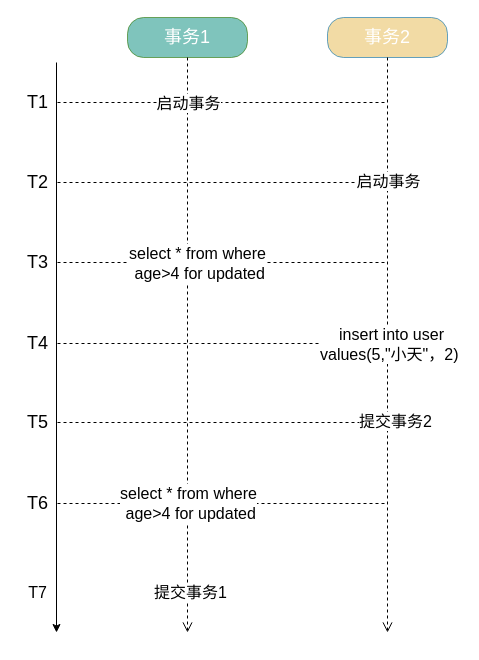
The draw.io diagram page "mysql-next-key-demo" (3 of 19) of mysql/mysql.drawio in boilingfrog/Go-POINT, before the edit. Source tidied: cells renumbered, new cells numbered last; positions are measured from the earlier drawing's top-left corner, leaving out a move shared by most shapes. Both pictures are drawn from the tidied source at 100%, with x=0, y=0 at pixel (17, 17).
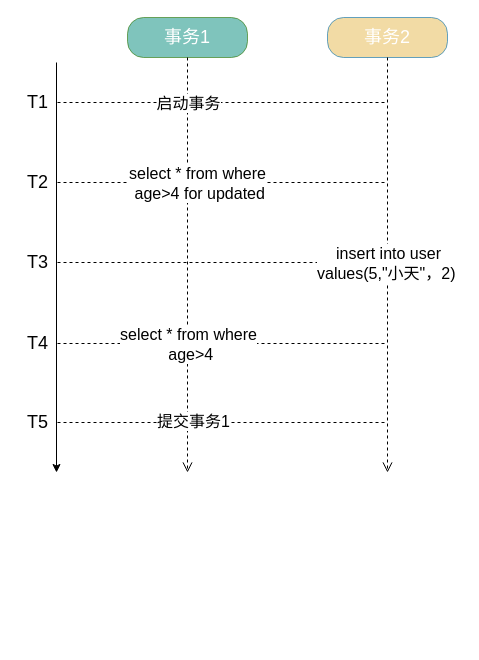
The same diagram, later.

Unchanged cells that the change refers to:
```xml
<mxCell id="7" value="事务1" style="rounded=1;whiteSpace=wrap;html=1;arcSize=40;fillStyle=auto;fontSize=18;fillColor=#2A9D8F;fontColor=#ffffff;strokeColor=#2D7600;opacity=60;" parent="1" vertex="1">
  <mxGeometry x="110" width="120" height="40" as="geometry" />
</mxCell>
<mxCell id="10" value="事务2" style="rounded=1;whiteSpace=wrap;html=1;arcSize=40;fillStyle=auto;fontSize=18;fillColor=#E9C46A;fontColor=#ffffff;strokeColor=#006EAF;opacity=60;" parent="1" vertex="1">
  <mxGeometry x="310" width="120" height="40" as="geometry" />
</mxCell>
<mxCell id="16" value="T3" style="text;html=1;align=center;verticalAlign=middle;points=[];strokeColor=none;fillColor=none;fontSize=18;rounded=1;" parent="1" vertex="1">
  <mxGeometry y="230" width="40" height="30" as="geometry" />
</mxCell>
<mxCell id="17" style="edgeStyle=none;html=1;dashed=1;fontSize=16;endArrow=none;endFill=0;" parent="1" edge="1" source="19">
  <mxGeometry relative="1" as="geometry">
    <mxPoint x="370" y="326" as="targetPoint" />
  </mxGeometry>
</mxCell>
<mxCell id="20" style="edgeStyle=none;html=1;dashed=1;fontSize=16;endArrow=none;endFill=0;" parent="1" edge="1" source="21">
  <mxGeometry relative="1" as="geometry">
    <mxPoint x="370" y="405" as="targetPoint" />
  </mxGeometry>
</mxCell>
```

Diff of the diagram source:
```diff
@@
-    <mxCell id="2" style="edgeStyle=none;html=1;dashed=1;fontSize=16;endArrow=none;endFill=0;" parent="1" edge="1" source="22">
-      <mxGeometry relative="1" as="geometry">
-        <mxPoint x="370" y="486" as="targetPoint" />
-      </mxGeometry>
-    </mxCell>
@@
     <mxCell id="4" style="endArrow=classic;html=1;fontSize=18;" parent="1" edge="1">
       <mxGeometry relative="1" as="geometry">
         <mxPoint x="39" y="45" as="sourcePoint" />
-        <mxPoint x="39" y="615" as="targetPoint" />
+        <mxPoint x="39" y="455" as="targetPoint" />
       </mxGeometry>
     </mxCell>
@@
     <mxCell id="8" style="edgeStyle=orthogonalEdgeStyle;html=1;verticalAlign=bottom;endArrow=open;endSize=8;fontSize=18;rounded=1;dashed=1;" parent="1" edge="1" source="7">
       <mxGeometry relative="1" as="geometry">
-        <mxPoint x="170" y="615" as="targetPoint" />
+        <mxPoint x="170" y="455" as="targetPoint" />
       </mxGeometry>
     </mxCell>
-    <mxCell id="9" value="提交事务1" style="edgeLabel;html=1;align=center;verticalAlign=middle;fontSize=16;" parent="8" vertex="1">
-      <mxGeometry x="0.86" y="2" relative="1" as="geometry" />
-    </mxCell>
@@
     <mxCell id="11" style="edgeStyle=orthogonalEdgeStyle;html=1;verticalAlign=bottom;endArrow=open;endSize=8;fontSize=18;dashed=1;" parent="1" edge="1" source="10">
       <mxGeometry relative="1" as="geometry">
-        <mxPoint x="370" y="615" as="targetPoint" />
+        <mxPoint x="370" y="455" as="targetPoint" />
       </mxGeometry>
     </mxCell>
-    <mxCell id="12" value="启动事务" style="edgeLabel;html=1;align=center;verticalAlign=middle;fontSize=16;rounded=1;" parent="11" vertex="1">
-      <mxGeometry x="-0.22" y="1" relative="1" as="geometry">
-        <mxPoint x="-1" y="-101" as="offset" />
-      </mxGeometry>
-    </mxCell>
@@
     <mxCell id="14" style="edgeStyle=none;html=1;dashed=1;fontSize=16;endArrow=none;endFill=0;" parent="1" edge="1" source="16">
       <mxGeometry relative="1" as="geometry">
         <mxPoint x="370" y="245" as="targetPoint" />
+        <Array as="points">
+          <mxPoint x="180" y="245" />
+        </Array>
       </mxGeometry>
     </mxCell>
     <mxCell id="15" value="select * from where&lt;br&gt;&amp;nbsp;age&amp;gt;4 for updated" style="edgeLabel;html=1;align=center;verticalAlign=middle;fontSize=16;" parent="14" vertex="1">
       <mxGeometry x="-0.56" y="-2" relative="1" as="geometry">
-        <mxPoint x="66" y="-2" as="offset" />
+        <mxPoint x="66" y="-82" as="offset" />
       </mxGeometry>
     </mxCell>
@@
     <mxCell id="18" value="insert into user &lt;br&gt;values(5,&quot;小天&quot;，2)&amp;nbsp;" style="edgeLabel;html=1;align=center;verticalAlign=middle;fontSize=16;" parent="17" vertex="1">
       <mxGeometry x="0.15" y="1" relative="1" as="geometry">
-        <mxPoint x="143" y="1" as="offset" />
+        <mxPoint x="140" y="-80" as="offset" />
       </mxGeometry>
     </mxCell>
@@
+    <mxCell id="9" value="&lt;font style=&quot;font-size: 16px&quot;&gt;提交事务1&lt;/font&gt;" style="edgeLabel;html=1;align=center;verticalAlign=middle;" parent="20" vertex="1">
+      <mxGeometry x="-0.22" y="-4" relative="1" as="geometry">
+        <mxPoint x="6" y="-6" as="offset" />
+      </mxGeometry>
+    </mxCell>
@@
-    <mxCell id="22" value="T6" style="text;html=1;align=center;verticalAlign=middle;points=[];strokeColor=none;fillColor=none;fontSize=18;rounded=1;" parent="1" vertex="1">
-      <mxGeometry y="471" width="40" height="30" as="geometry" />
-    </mxCell>
@@
-    <mxCell id="26" value="提交事务2" style="edgeLabel;html=1;align=center;verticalAlign=middle;fontSize=16;rounded=1;" parent="1" vertex="1">
-      <mxGeometry x="380" y="488" as="geometry">
-        <mxPoint x="-3" y="-85" as="offset" />
-      </mxGeometry>
-    </mxCell>
-    <mxCell id="27" value="select * from where&lt;br&gt;&amp;nbsp;age&amp;gt;4 for updated" style="edgeLabel;html=1;align=center;verticalAlign=middle;fontSize=16;" parent="1" vertex="1">
-      <mxGeometry x="170" y="485" as="geometry" />
+    <mxCell id="27" value="select * from where&lt;br&gt;&amp;nbsp;age&amp;gt;4" style="edgeLabel;html=1;align=center;verticalAlign=middle;fontSize=16;" parent="1" vertex="1">
+      <mxGeometry x="170" y="326" as="geometry" />
     </mxCell>
-    <mxCell id="28" value="T7" style="text;html=1;align=center;verticalAlign=middle;strokeColor=none;fillColor=none;fontSize=16;" parent="1" vertex="1">
-      <mxGeometry x="5" y="565" width="30" height="20" as="geometry" />
-    </mxCell>
```
